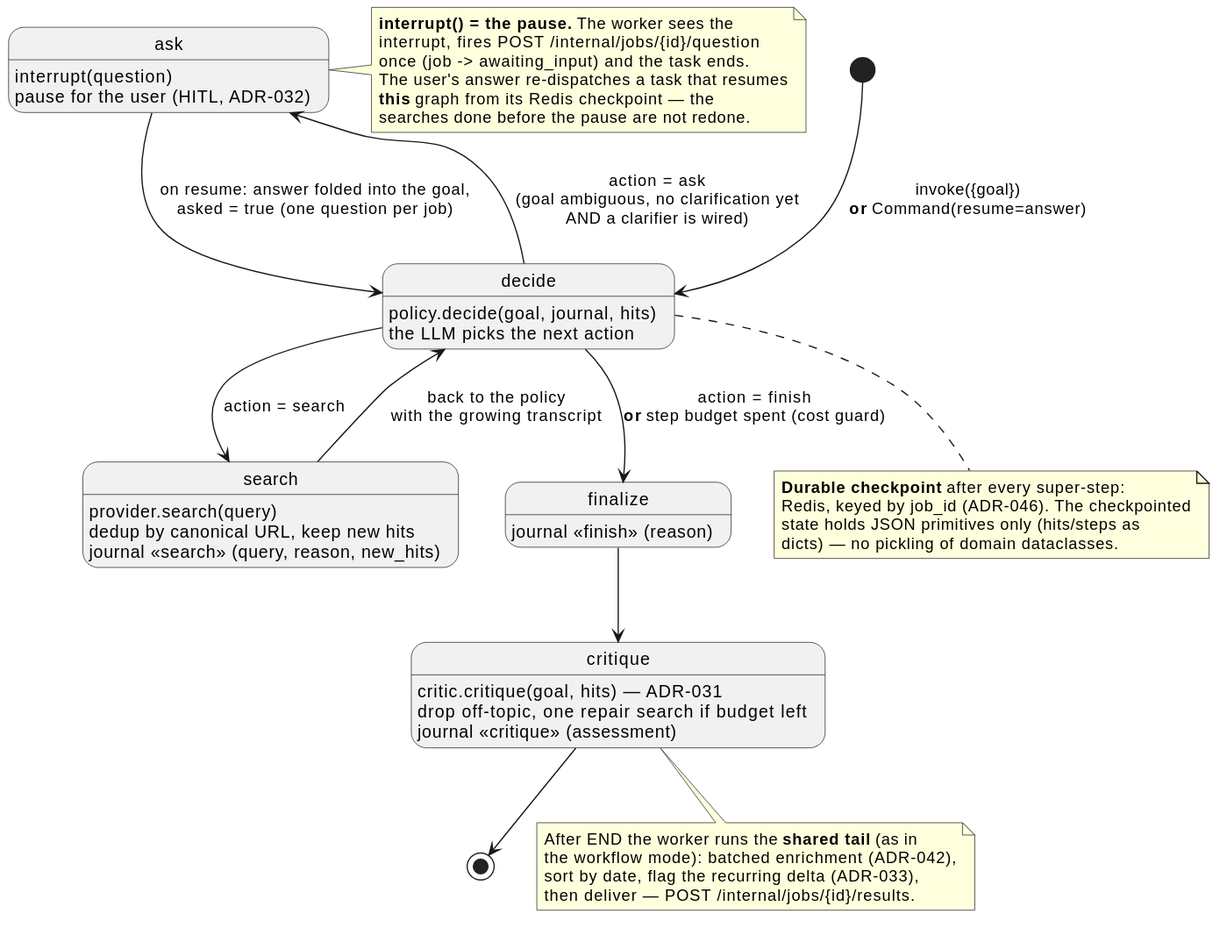
This is docs/diagrams/langgraph-agent-graph.svg from christopheduc-me/ai-agent-boilerplate, a PlantUML export, as it was before one commit. The source it was exported from:
```plantuml
@startuml

hide empty description

state decide : policy.decide(goal, journal, hits)\nthe LLM picks the next action
state search : provider.search(query)\ndedup by canonical URL, keep new hits\njournal «search» (query, reason, new_hits)
state ask : interrupt(question)\npause for the user (HITL, ADR-032)
state finalize : journal «finish» (reason)
state critique : critic.critique(goal, hits) — ADR-031\ndrop off-topic, one repair search if budget left\njournal «critique» (assessment)

[*] --> decide : invoke({goal})\n**or** Command(resume=answer)

decide --> search : action = search
decide --> ask : action = ask\n(goal ambiguous, no clarification yet\nAND a clarifier is wired)
decide --> finalize : action = finish\n**or** step budget spent (cost guard)

search --> decide : back to the policy\nwith the growing transcript
ask --> decide : on resume: answer folded into the goal,\nasked = true (one question per job)

finalize --> critique
critique --> [*]

note right of ask
  **interrupt() = the pause.** The worker sees the
  interrupt, fires POST /internal/jobs/{id}/question
  once (job -> awaiting_input) and the task ends.
  The user's answer re-dispatches a task that resumes
  **this** graph from its Redis checkpoint — the
  searches done before the pause are not redone.
end note

note bottom of decide
  **Durable checkpoint** after every super-step:
  Redis, keyed by job_id (ADR-046). The checkpointed
  state holds JSON primitives only (hits/steps as
  dicts) — no pickling of domain dataclasses.
end note

note bottom of critique
  After END the worker runs the **shared tail** (as in
  the workflow mode): batched enrichment (ADR-042),
  sort by date, flag the recurring delta (ADR-033),
  then deliver — POST /internal/jobs/{id}/results.
end note
@enduml
```
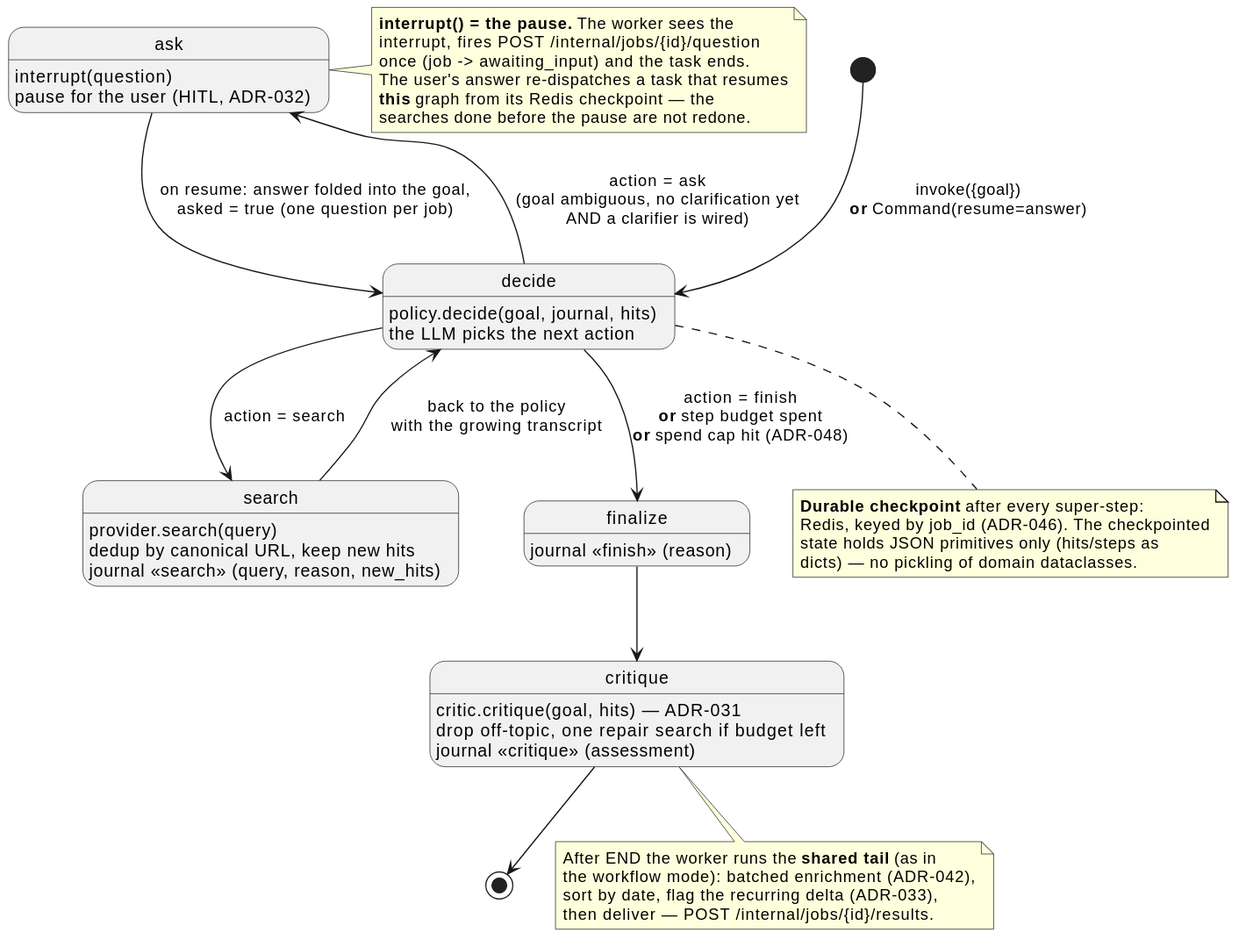
The same file after the commit.

Change to the diagram source:
```diff
@@ -12,7 +12,7 @@
 
 decide --> search : action = search
 decide --> ask : action = ask\n(goal ambiguous, no clarification yet\nAND a clarifier is wired)
-decide --> finalize : action = finish\n**or** step budget spent (cost guard)
+decide --> finalize : action = finish\n**or** step budget spent\n**or** spend cap hit (ADR-048)
 
 search --> decide : back to the policy\nwith the growing transcript
 ask --> decide : on resume: answer folded into the goal,\nasked = true (one question per job)
```
